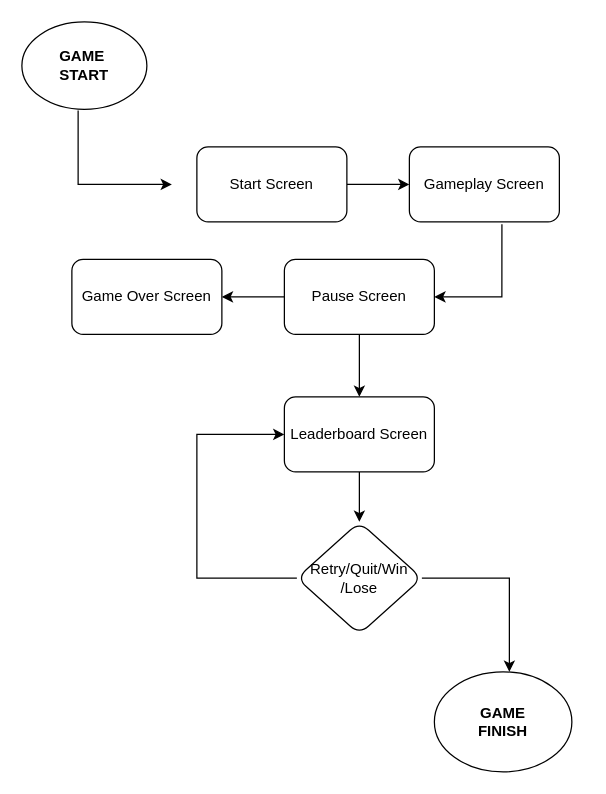
The draw.io diagram 3girls.drawio in ristinuraulia2/tefa-perpus-digital, before the edit. Source tidied: cells renumbered, new cells numbered last; positions are measured from the earlier drawing's top-left corner, leaving out a move shared by most shapes. Both pictures are drawn from the tidied source at 125%, with x=0, y=0 at pixel (21, 21).
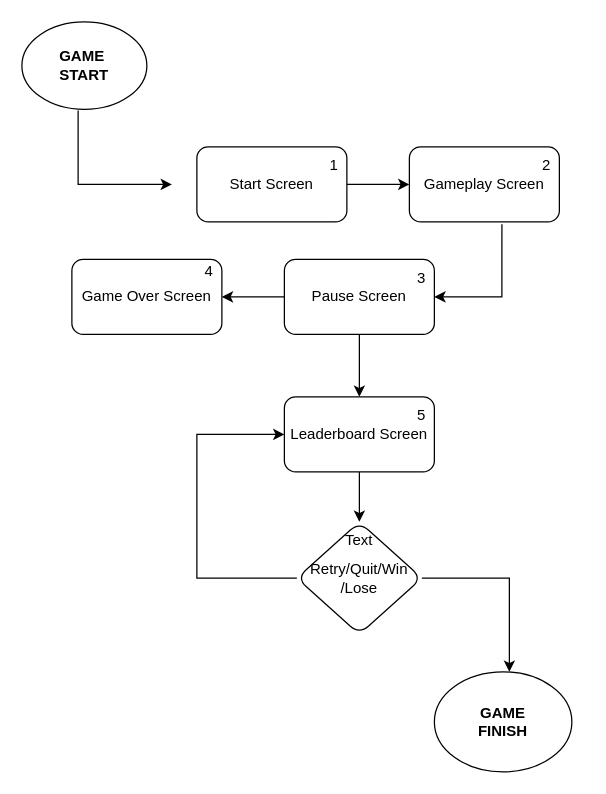
The same diagram, later.

What changed in the source:
```diff
@@
+    <mxCell id="18" value="1" style="text;html=1;align=center;verticalAlign=middle;whiteSpace=wrap;rounded=0;" parent="1" vertex="1">
+      <mxGeometry x="220" y="100" width="60" height="30" as="geometry" />
+    </mxCell>
+    <mxCell id="19" value="2" style="text;html=1;align=center;verticalAlign=middle;whiteSpace=wrap;rounded=0;" parent="1" vertex="1">
+      <mxGeometry x="390" y="100" width="60" height="30" as="geometry" />
+    </mxCell>
+    <mxCell id="20" value="5" style="text;html=1;align=center;verticalAlign=middle;whiteSpace=wrap;rounded=0;" parent="1" vertex="1">
+      <mxGeometry x="290" y="300" width="60" height="30" as="geometry" />
+    </mxCell>
+    <mxCell id="21" value="3" style="text;html=1;align=center;verticalAlign=middle;whiteSpace=wrap;rounded=0;" parent="1" vertex="1">
+      <mxGeometry x="290" y="190" width="60" height="30" as="geometry" />
+    </mxCell>
+    <mxCell id="22" value="Text" style="text;html=1;align=center;verticalAlign=middle;whiteSpace=wrap;rounded=0;" parent="1" vertex="1">
+      <mxGeometry x="240" y="400" width="60" height="30" as="geometry" />
+    </mxCell>
+    <mxCell id="23" value="4" style="text;html=1;align=center;verticalAlign=middle;whiteSpace=wrap;rounded=0;" parent="1" vertex="1">
+      <mxGeometry x="120" y="190" width="60" height="20" as="geometry" />
+    </mxCell>
```
